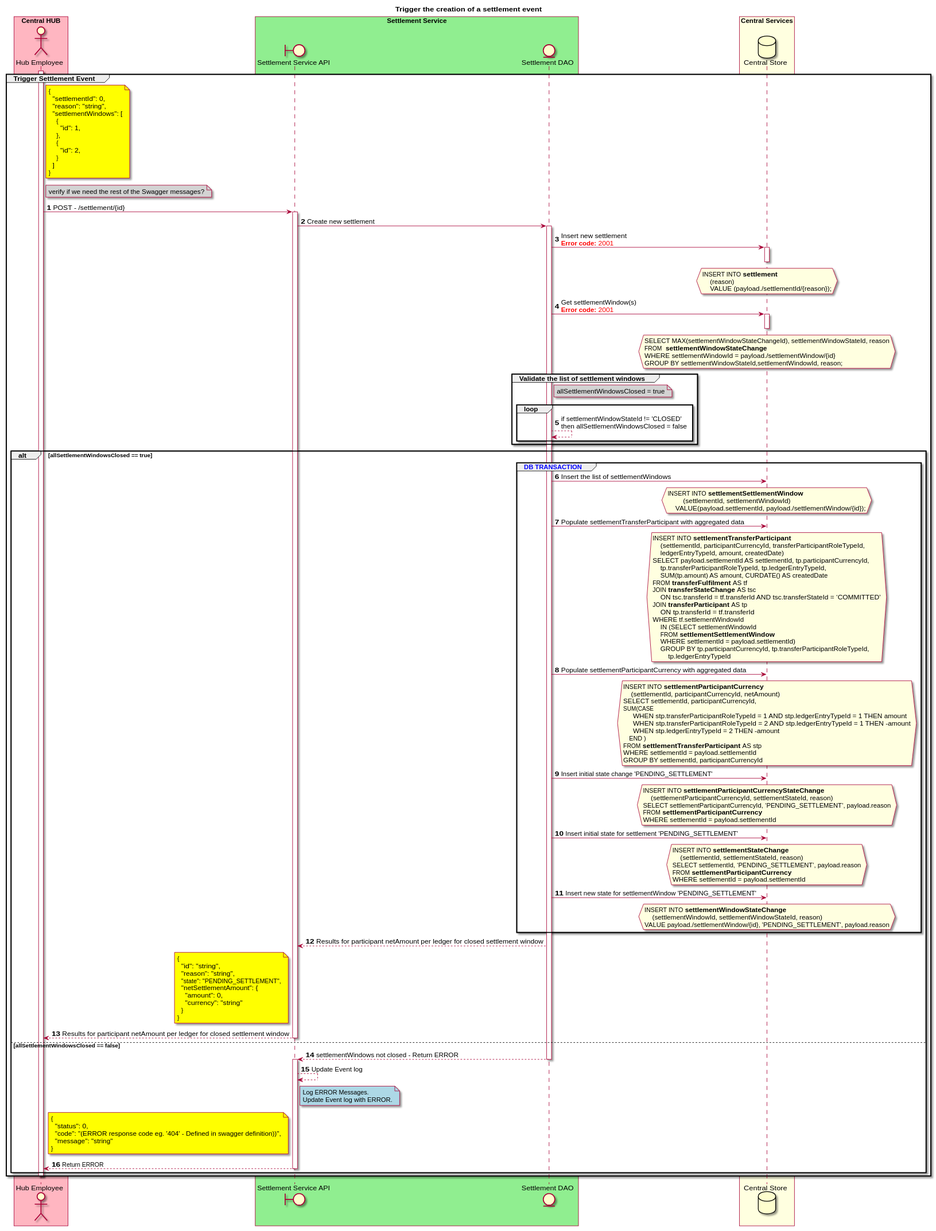
Above: CentralServices/seq_diagrams/seq-settlement-6.2.1.svg in HenkKodde/docs (PlantUML), before the change.
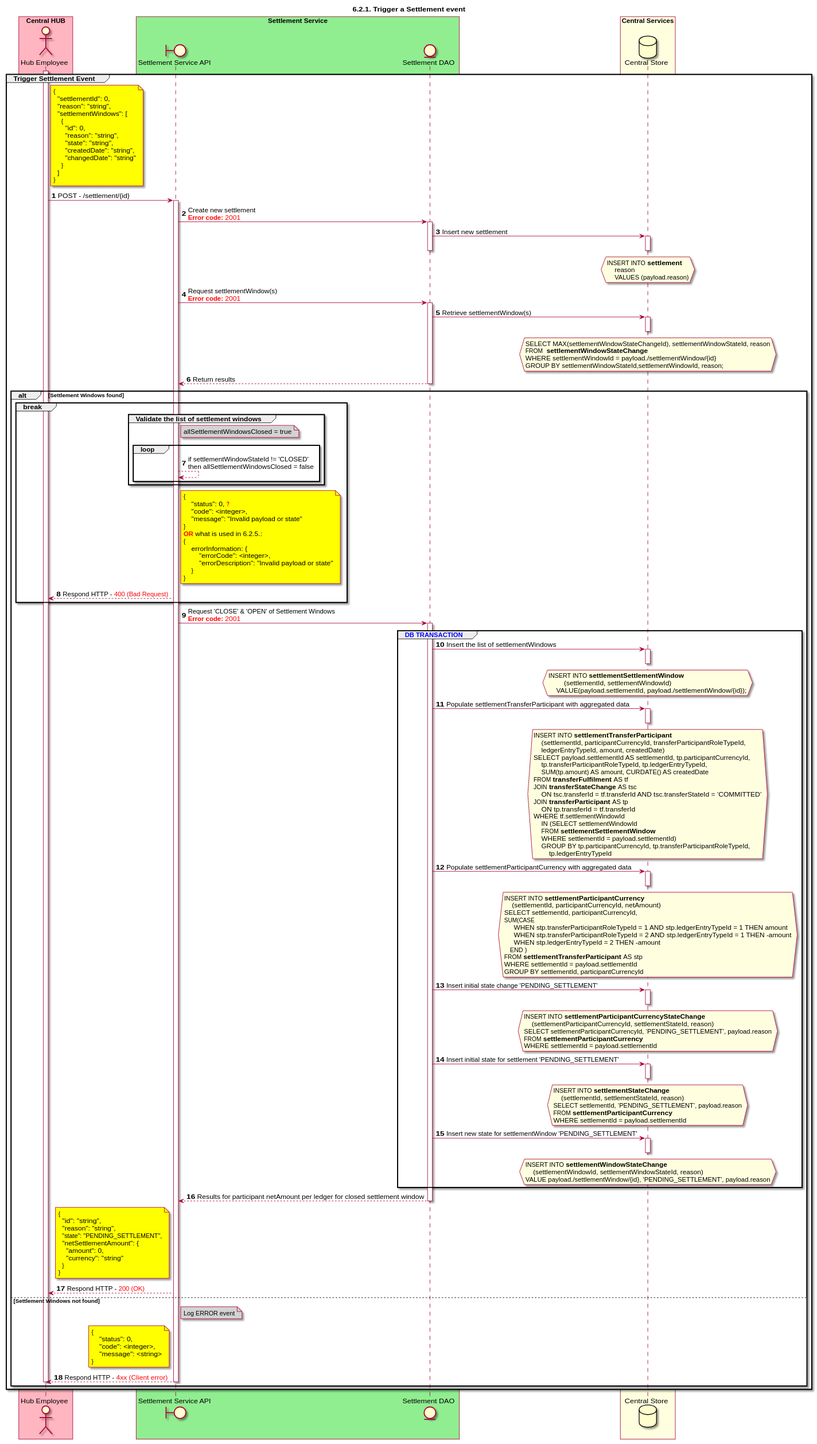
Later version of the same file.

What changed in the source:
```diff
@@ -1,13 +1,11 @@
 @startuml
-title Trigger the creation of a settlement event
+title 6.2.1. Trigger a Settlement event
 
 autonumber
 
 actor "Hub Employee" as OPERATOR
-
 boundary "Settlement Service API" as SSAPI
 entity "Settlement DAO" as SETTLE_DAO
-
 database "Central Store" as DB
 
 box "Central HUB" #LightPink
@@ -31,30 +29,32 @@
           "reason": "string",
           "settlementWindows": [
             {
-              "id": 1,
-            },
-            {
-              "id": 2,
+              "id": 0,
+              "reason": "string",
+              "state": "string",
+              "createdDate": "string",
+              "changedDate": "string"
             }
           ]
         }
     end note
-    note right of OPERATOR #LightGray
-        verify if we need the rest of the Swagger messages?
-    end note
     OPERATOR -> SSAPI: POST - /settlement/{id}
     activate SSAPI
-    SSAPI-> SETTLE_DAO: Create new settlement
+    SSAPI-> SETTLE_DAO: Create new settlement\n<color #FF0000><b>Error code:</b> 2001</color>
     activate SETTLE_DAO
-    SETTLE_DAO -> DB: Insert new settlement\n<color #FF0000><b>Error code:</b> 2001</color>
+    SETTLE_DAO -> DB: Insert new settlement
     activate DB
+    deactivate SETTLE_DAO
     hnote over DB #LightYellow
         INSERT INTO **settlement**
-            (reason)
-            VALUE (payload./settlementId/{reason});
+            reason
+            VALUES (payload.reason)
     end hnote
     deactivate DB
-    SETTLE_DAO -> DB: Get settlementWindow(s)\n<color #FF0000><b>Error code:</b> 2001</color>
+
+    SSAPI-> SETTLE_DAO: Request settlementWindow(s)\n<color #FF0000><b>Error code:</b> 2001</color>
+    activate SETTLE_DAO
+    SETTLE_DAO -> DB: Retrieve settlementWindow(s)
     activate DB
     hnote over DB #LightYellow
         SELECT MAX(settlementWindowStateChangeId), settlementWindowStateId, reason
@@ -63,25 +63,48 @@
         GROUP BY settlementWindowStateId,settlementWindowId, reason;
     end hnote
     deactivate DB
+    SSAPI <-- SETTLE_DAO: Return results
+    deactivate SETTLE_DAO
 
-    group Validate the list of settlement windows
-        note right of SETTLE_DAO #LightGray
-            allSettlementWindowsClosed = true
-        end note
-        loop
-            SETTLE_DAO <--> SETTLE_DAO: if settlementWindowStateId != 'CLOSED' \nthen allSettlementWindowsClosed = false
-        end loop
-    end
-
-    alt allSettlementWindowsClosed == true
+    alt Settlement Windows found
+        break
+            group Validate the list of settlement windows
+                note right of SSAPI #LightGray
+                    allSettlementWindowsClosed = true
+                end note
+                loop
+                    SSAPI --> SSAPI: if settlementWindowStateId != 'CLOSED' \nthen allSettlementWindowsClosed = false
+                end loop
+            end
+            note right of SSAPI #yellow
+                {
+                    "status": 0, <color #FF0000>**?**</color>
+                    "code": <integer>,
+                    "message": "Invalid payload or state"
+                }
+                <color #FF0000>**OR**</color> what is used in 6.2.5.:
+                {
+                    errorInformation: {
+                        "errorCode": <integer>,
+                        "errorDescription": "Invalid payload or state"
+                    }
+                }
+            end note
+            OPERATOR <-- SSAPI: Respond HTTP - <color #FF0000>400 (Bad Request)</color>
+        end
+        SSAPI ->SETTLE_DAO: Request 'CLOSE' & 'OPEN' of Settlement Windows\n<color #FF0000><b>Error code:</b> 2001</color>
+        activate SETTLE_DAO
         group <color #blue>DB TRANSACTION</color>
             SETTLE_DAO -> DB: Insert the list of settlementWindows
+            activate DB
             hnote over DB #LightYellow
                 INSERT INTO **settlementSettlementWindow**
                 	(settlementId, settlementWindowId)
                     VALUE(payload.settlementId, payload./settlementWindow/{id});
             end hnote
+            deactivate DB
             SETTLE_DAO -> DB: Populate settlementTransferParticipant with aggregated data
+            activate DB
             hnote over DB #LightYellow
                 INSERT INTO **settlementTransferParticipant**
                     (settlementId, participantCurrencyId, transferParticipantRoleTypeId,
@@ -101,7 +124,9 @@
                     GROUP BY tp.participantCurrencyId, tp.transferParticipantRoleTypeId,
                         tp.ledgerEntryTypeId
             end hnote
+            deactivate DB
             SETTLE_DAO -> DB: Populate settlementParticipantCurrency with aggregated data
+            activate DB
             hnote over DB #LightYellow
                 INSERT INTO **settlementParticipantCurrency**
                     (settlementId, participantCurrencyId, netAmount)
@@ -115,7 +140,9 @@
                 WHERE settlementId = payload.settlementId
                 GROUP BY settlementId, participantCurrencyId
             end hnote
+            deactivate DB
             SETTLE_DAO -> DB: Insert initial state change 'PENDING_SETTLEMENT'
+            activate DB
             hnote over DB #LightYellow
                 INSERT INTO **settlementParticipantCurrencyStateChange**
                     (settlementParticipantCurrencyId, settlementStateId, reason)
@@ -123,7 +150,9 @@
                 FROM **settlementParticipantCurrency**
                 WHERE settlementId = payload.settlementId
             end hnote
+            deactivate DB
             SETTLE_DAO -> DB: Insert initial state for settlement 'PENDING_SETTLEMENT'
+            activate DB
             hnote over DB #LightYellow
                 INSERT INTO **settlementStateChange**
                     (settlementId, settlementStateId, reason)
@@ -131,14 +160,18 @@
                 FROM **settlementParticipantCurrency**
                 WHERE settlementId = payload.settlementId
             end hnote
+            deactivate DB
             SETTLE_DAO -> DB: Insert new state for settlementWindow 'PENDING_SETTLEMENT'
+            activate DB
             hnote over DB #LightYellow
                 INSERT INTO **settlementWindowStateChange**
                     (settlementWindowId, settlementWindowStateId, reason)
                 VALUE payload./settlementWindow/{id}, 'PENDING_SETTLEMENT', payload.reason
             end hnote
+            deactivate DB
         end
         SSAPI <-- SETTLE_DAO: Results for participant netAmount per ledger for closed settlement window
+        deactivate SETTLE_DAO
         note left of SSAPI #Yellow
             {
               "id": "string",
@@ -150,27 +183,21 @@
               }
             }
         end note
-        OPERATOR <-- SSAPI: Results for participant netAmount per ledger for closed settlement window
-        deactivate SSAPI
-    else allSettlementWindowsClosed == false
-        SETTLE_DAO --> SSAPI: settlementWindows not closed - Return ERROR
-        deactivate SETTLE_DAO
-        activate SSAPI
-        SSAPI <--> SSAPI: Update Event log
-        note right of SSAPI #LightBlue
-            Log ERROR Messages.
-            Update Event log with ERROR.
-            end note
-        note left of SSAPI #Yellow
+        OPERATOR <-- SSAPI: Respond HTTP - <color #FF0000>200 (OK)</color>
+    else Settlement Windows not found
+        note right of SSAPI #lightgray
+            Log ERROR event
+        end note
+        note left of SSAPI #yellow
             {
-              "status": 0,
-              "code": "(ERROR response code eg. '404' - Defined in swagger definition))",
-              "message": "string"
+                "status": 0,
+                "code": <integer>,
+                "message": <string>
             }
         end note
-        OPERATOR <-- SSAPI: Return ERROR
+        OPERATOR <-- SSAPI: Respond HTTP - <color #FF0000>4xx (Client error)</color>
         deactivate SSAPI
+        deactivate OPERATOR
     end
-deactivate OPERATOR
 end
 @enduml
```
